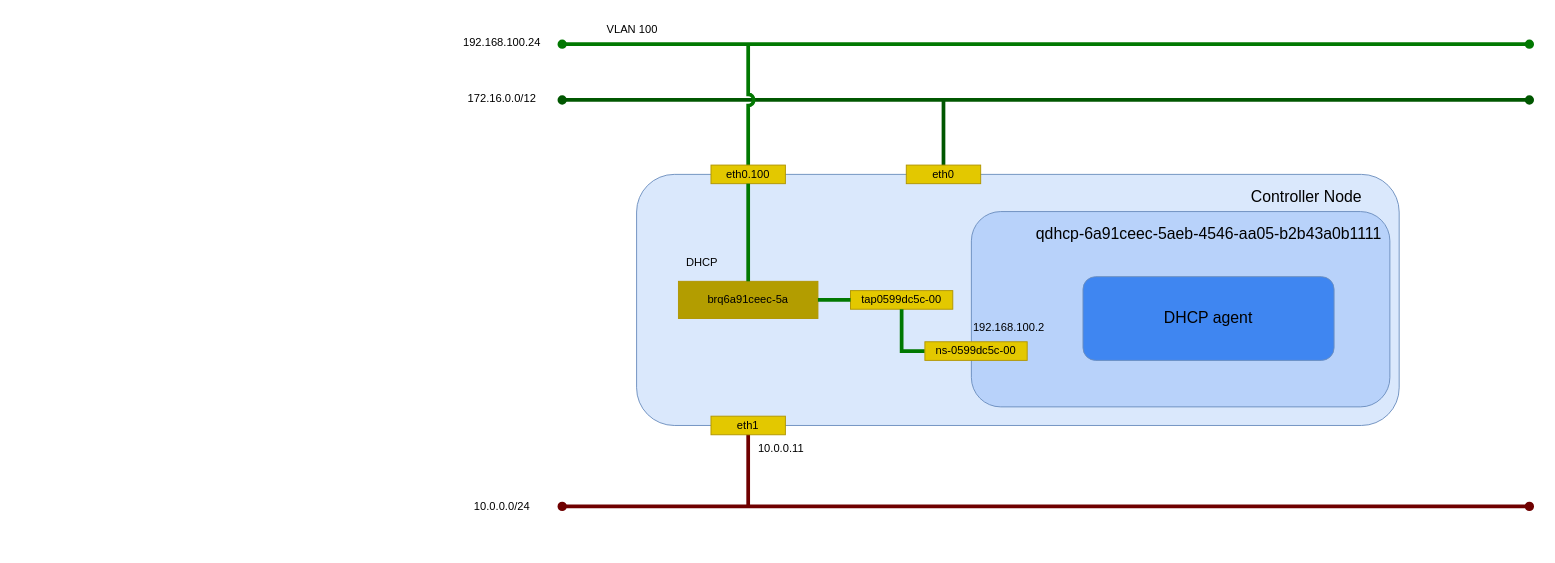
The draw.io diagram _static/image/network_vlan_dhcpagent_linuxbridge.drawio in 9506hqwy/openstack_study_notes, before the edit. Source tidied: cells renumbered, new cells numbered last; positions are measured from the earlier drawing's top-left corner, leaving out a move shared by most shapes. Both pictures are drawn from the tidied source at 93%, with x=0, y=0 at pixel (450, 16).
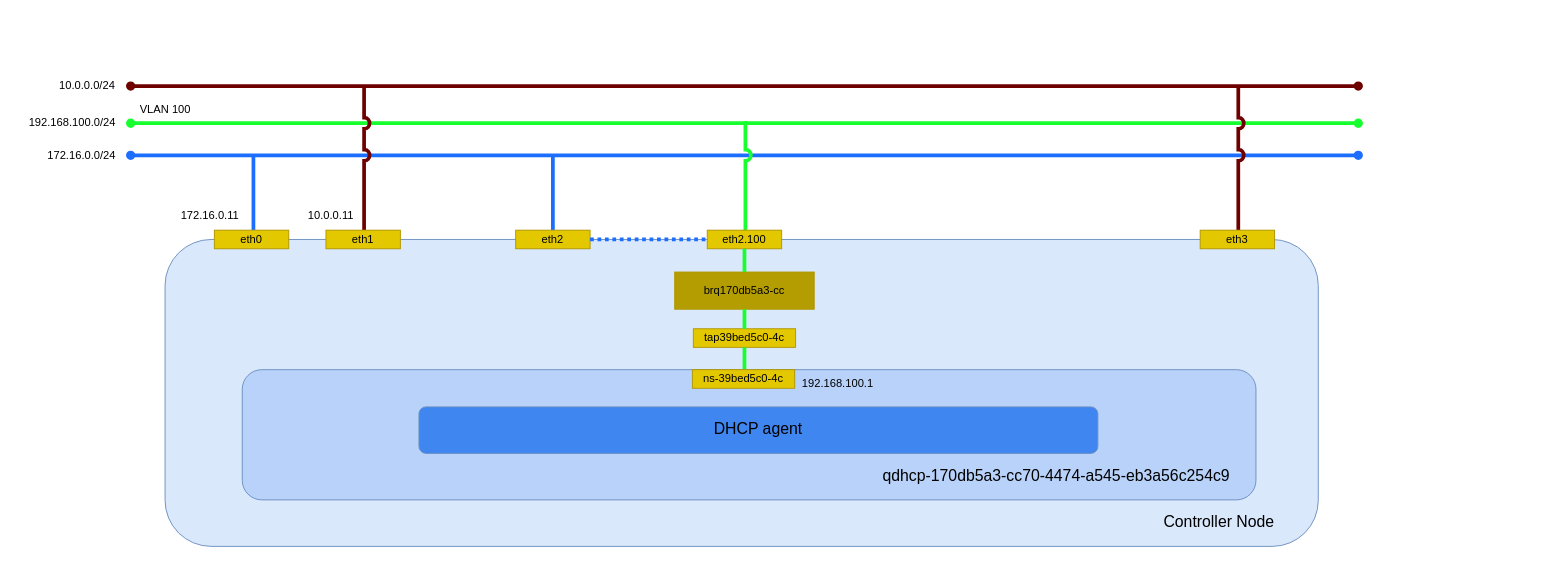
Above is the later version.

The edit, as a diff of the source:
```diff
@@
-    <mxCell id="2" style="endArrow=oval;html=1;rounded=0;startArrow=oval;startFill=1;endFill=1;strokeWidth=4;fillColor=#a20025;strokeColor=#6F0000;" parent="1" edge="1">
-      <mxGeometry relative="1" as="geometry">
-        <mxPoint x="120" y="527" as="sourcePoint" />
-        <mxPoint x="1160" y="527" as="targetPoint" />
-      </mxGeometry>
-    </mxCell>
-    <mxCell id="3" style="endArrow=oval;html=1;rounded=0;startArrow=oval;startFill=1;endFill=1;strokeWidth=4;fillColor=#008a00;strokeColor=#005700;" parent="1" edge="1">
-      <mxGeometry relative="1" as="geometry">
-        <mxPoint x="120" y="90" as="sourcePoint" />
-        <mxPoint x="1160" y="90" as="targetPoint" />
-      </mxGeometry>
-    </mxCell>
-    <mxCell id="4" value="172.16.0.0/12" style="text;html=1;align=center;verticalAlign=middle;strokeColor=none;fillColor=none;" parent="1" vertex="1">
-      <mxGeometry x="5" y="74" width="100" height="30" as="geometry" />
-    </mxCell>
+    <mxCell id="31" style="endArrow=oval;html=1;rounded=0;startArrow=oval;startFill=1;endFill=1;strokeWidth=4;fillColor=#a20025;strokeColor=#6F0000;" parent="1" edge="1">
+      <mxGeometry relative="1" as="geometry">
+        <mxPoint x="-344" y="75" as="sourcePoint" />
+        <mxPoint x="976" y="75" as="targetPoint" />
+      </mxGeometry>
+    </mxCell>
     <mxCell id="5" value="10.0.0.0/24" style="text;html=1;align=center;verticalAlign=middle;strokeColor=none;fillColor=none;" parent="1" vertex="1">
-      <mxGeometry x="15" y="512" width="80" height="30" as="geometry" />
+      <mxGeometry x="-431" y="60" width="80" height="30" as="geometry" />
     </mxCell>
-    <mxCell id="6" style="endArrow=none;html=1;rounded=0;startArrow=none;startFill=0;endFill=0;strokeWidth=4;fillColor=#008a00;strokeColor=#005700;exitX=0.5;exitY=1;exitDx=0;exitDy=0;" parent="1" edge="1">
-      <mxGeometry relative="1" as="geometry">
-        <mxPoint x="530" y="90" as="sourcePoint" />
-        <mxPoint x="530" y="170" as="targetPoint" />
-      </mxGeometry>
-    </mxCell>
-    <mxCell id="7" style="endArrow=none;html=1;rounded=0;startArrow=none;startFill=0;endFill=0;strokeWidth=4;fillColor=#a20025;strokeColor=#6F0000;exitX=0.5;exitY=1;exitDx=0;exitDy=0;" parent="1" edge="1">
-      <mxGeometry relative="1" as="geometry">
-        <mxPoint x="320" y="447" as="sourcePoint" />
-        <mxPoint x="320" y="527" as="targetPoint" />
-      </mxGeometry>
-    </mxCell>
-    <mxCell id="8" style="endArrow=oval;html=1;rounded=0;startArrow=oval;startFill=1;endFill=1;strokeWidth=4;fillColor=#008a00;strokeColor=#017801;" parent="1" edge="1">
-      <mxGeometry relative="1" as="geometry">
-        <mxPoint x="120" y="30" as="sourcePoint" />
-        <mxPoint x="1160" y="30" as="targetPoint" />
-      </mxGeometry>
-    </mxCell>
-    <mxCell id="9" value="192.168.100.24" style="text;html=1;align=center;verticalAlign=middle;strokeColor=none;fillColor=none;" parent="1" vertex="1">
-      <mxGeometry y="13" width="110" height="30" as="geometry" />
-    </mxCell>
-    <mxCell id="10" style="endArrow=none;html=1;rounded=0;startArrow=none;startFill=0;endFill=0;strokeWidth=4;fillColor=#008a00;strokeColor=#017801;jumpStyle=arc;" parent="1" edge="1">
-      <mxGeometry relative="1" as="geometry">
-        <mxPoint x="320" y="30" as="sourcePoint" />
-        <mxPoint x="320" y="170" as="targetPoint" />
-      </mxGeometry>
-    </mxCell>
+    <mxCell id="32" style="endArrow=oval;html=1;rounded=0;startArrow=oval;startFill=1;endFill=1;strokeWidth=4;fillColor=#a20025;strokeColor=#1C6EFF;" parent="1" edge="1">
+      <mxGeometry relative="1" as="geometry">
+        <mxPoint x="-344" y="149.5" as="sourcePoint" />
+        <mxPoint x="976" y="149.5" as="targetPoint" />
+      </mxGeometry>
+    </mxCell>
+    <mxCell id="33" value="172.16.0.0/24" style="text;html=1;align=center;verticalAlign=middle;strokeColor=none;fillColor=none;" parent="1" vertex="1">
+      <mxGeometry x="-447" y="135" width="100" height="30" as="geometry" />
+    </mxCell>
+    <mxCell id="34" style="endArrow=none;html=1;rounded=0;startArrow=none;startFill=0;endFill=0;strokeWidth=4;fillColor=#a20025;strokeColor=#1C6EFF;jumpStyle=arc;" parent="1" edge="1">
+      <mxGeometry relative="1" as="geometry">
+        <mxPoint x="-212" y="150" as="sourcePoint" />
+        <mxPoint x="-212" y="230" as="targetPoint" />
+      </mxGeometry>
+    </mxCell>
+    <mxCell id="35" style="endArrow=none;html=1;rounded=0;startArrow=none;startFill=0;endFill=0;strokeWidth=4;fillColor=#a20025;strokeColor=#1C6EFF;jumpStyle=arc;" parent="1" edge="1">
+      <mxGeometry relative="1" as="geometry">
+        <mxPoint x="110" y="150" as="sourcePoint" />
+        <mxPoint x="110" y="230" as="targetPoint" />
+      </mxGeometry>
+    </mxCell>
+    <mxCell id="36" style="endArrow=oval;html=1;rounded=0;startArrow=oval;startFill=1;endFill=1;strokeWidth=4;fillColor=#a20025;strokeColor=#17FF2E;" parent="1" edge="1">
+      <mxGeometry relative="1" as="geometry">
+        <mxPoint x="-344" y="115" as="sourcePoint" />
+        <mxPoint x="976" y="115" as="targetPoint" />
+      </mxGeometry>
+    </mxCell>
+    <mxCell id="37" value="192.168.100.0/24" style="text;html=1;align=center;verticalAlign=middle;strokeColor=none;fillColor=none;" parent="1" vertex="1">
+      <mxGeometry x="-467" y="99" width="120" height="30" as="geometry" />
+    </mxCell>
+    <mxCell id="38" style="endArrow=none;html=1;rounded=0;startArrow=none;startFill=0;endFill=0;strokeWidth=4;fillColor=#a20025;strokeColor=#17FF2E;jumpStyle=arc;" parent="1" edge="1">
+      <mxGeometry relative="1" as="geometry">
+        <mxPoint x="317" y="113" as="sourcePoint" />
+        <mxPoint x="317" y="243" as="targetPoint" />
+      </mxGeometry>
+    </mxCell>
     <mxCell id="11" value="VLAN 100" style="text;html=1;align=center;verticalAlign=middle;strokeColor=none;fillColor=none;" parent="1" vertex="1">
-      <mxGeometry x="155" width="80" height="30" as="geometry" />
+      <mxGeometry x="-347" y="85" width="80" height="30" as="geometry" />
     </mxCell>
+    <mxCell id="39" style="endArrow=none;html=1;rounded=0;startArrow=none;startFill=0;endFill=0;strokeWidth=4;fillColor=#a20025;strokeColor=#6F0000;jumpStyle=arc;" parent="1" edge="1">
+      <mxGeometry relative="1" as="geometry">
+        <mxPoint x="847" y="76" as="sourcePoint" />
+        <mxPoint x="847" y="230" as="targetPoint" />
+      </mxGeometry>
+    </mxCell>
+    <mxCell id="40" style="endArrow=none;html=1;rounded=0;startArrow=none;startFill=0;endFill=0;strokeWidth=4;fillColor=#a20025;strokeColor=#6F0000;jumpStyle=arc;" parent="1" edge="1">
+      <mxGeometry relative="1" as="geometry">
+        <mxPoint x="-93" y="74" as="sourcePoint" />
+        <mxPoint x="-93" y="230" as="targetPoint" />
+      </mxGeometry>
+    </mxCell>
@@
-    <mxCell id="13" style="rounded=1;whiteSpace=wrap;html=1;fillColor=#dae8fc;strokeColor=#6c8ebf;align=center;horizontal=1;" parent="12" vertex="1">
-      <mxGeometry x="200" y="170" width="820" height="270" as="geometry" />
-    </mxCell>
+    <mxCell id="41" style="rounded=1;whiteSpace=wrap;html=1;fillColor=#dae8fc;strokeColor=#6c8ebf;" parent="12" vertex="1">
+      <mxGeometry x="-307" y="240" width="1240" height="330" as="geometry" />
+    </mxCell>
     <mxCell id="14" value="eth1" style="rounded=0;whiteSpace=wrap;html=1;fillColor=#e3c800;fontColor=#000000;strokeColor=#B09500;" parent="12" vertex="1">
-      <mxGeometry x="280" y="430" width="80" height="20" as="geometry" />
+      <mxGeometry x="-134" y="230" width="80" height="20" as="geometry" />
     </mxCell>
-    <mxCell id="15" value="eth0.100" style="rounded=0;whiteSpace=wrap;html=1;fillColor=#e3c800;fontColor=#000000;strokeColor=#B09500;" parent="12" vertex="1">
-      <mxGeometry x="280" y="160" width="80" height="20" as="geometry" />
-    </mxCell>
+    <mxCell id="24" value="eth0" style="rounded=0;whiteSpace=wrap;html=1;fillColor=#e3c800;fontColor=#000000;strokeColor=#B09500;" parent="12" vertex="1">
+      <mxGeometry x="-254" y="230" width="80" height="20" as="geometry" />
+    </mxCell>
+    <mxCell id="42" value="172.16.0.11" style="text;html=1;align=center;verticalAlign=middle;strokeColor=none;fillColor=none;" parent="12" vertex="1">
+      <mxGeometry x="-304" y="200" width="90" height="30" as="geometry" />
+    </mxCell>
+    <mxCell id="43" value="eth2.100" style="rounded=0;whiteSpace=wrap;html=1;fillColor=#e3c800;fontColor=#000000;strokeColor=#B09500;" parent="12" vertex="1">
+      <mxGeometry x="276" y="230" width="80" height="20" as="geometry" />
+    </mxCell>
+    <mxCell id="44" value="&lt;div&gt;eth3&lt;/div&gt;" style="rounded=0;whiteSpace=wrap;html=1;fillColor=#e3c800;fontColor=#000000;strokeColor=#B09500;" parent="12" vertex="1">
+      <mxGeometry x="806" y="230" width="80" height="20" as="geometry" />
+    </mxCell>
     <mxCell id="16" value="10.0.0.11" style="text;html=1;align=center;verticalAlign=middle;strokeColor=none;fillColor=none;" parent="12" vertex="1">
-      <mxGeometry x="320" y="450" width="70" height="30" as="geometry" />
+      <mxGeometry x="-164" y="200" width="70" height="30" as="geometry" />
     </mxCell>
-    <mxCell id="17" value="DHCP" style="text;html=1;align=center;verticalAlign=middle;strokeColor=none;fillColor=none;" parent="12" vertex="1">
-      <mxGeometry x="240" y="250" width="60" height="30" as="geometry" />
-    </mxCell>
     <mxCell id="18" value="&lt;font style=&quot;font-size: 17px;&quot;&gt;Controller Node&lt;/font&gt;" style="text;html=1;align=center;verticalAlign=middle;strokeColor=none;fillColor=none;" parent="12" vertex="1">
-      <mxGeometry x="850" y="180" width="140" height="30" as="geometry" />
+      <mxGeometry x="756" y="530" width="140" height="30" as="geometry" />
     </mxCell>
-    <mxCell id="19" value="brq6a91ceec-5a" style="rounded=0;whiteSpace=wrap;html=1;fillColor=#B39D00;fontColor=#000000;strokeColor=#B09500;" parent="12" vertex="1">
-      <mxGeometry x="245" y="285" width="150" height="40" as="geometry" />
+    <mxCell id="19" value="brq170db5a3-cc" style="rounded=0;whiteSpace=wrap;html=1;fillColor=#B39D00;fontColor=#000000;strokeColor=#B09500;" parent="12" vertex="1">
+      <mxGeometry x="241" y="275" width="150" height="40" as="geometry" />
     </mxCell>
-    <mxCell id="20" style="endArrow=none;html=1;rounded=0;startArrow=none;startFill=0;endFill=0;strokeWidth=4;fillColor=#008a00;strokeColor=#017801;exitX=0.5;exitY=1;exitDx=0;exitDy=0;entryX=0.5;entryY=0;entryDx=0;entryDy=0;" parent="12" edge="1" target="19">
-      <mxGeometry relative="1" as="geometry">
-        <mxPoint x="320" y="180" as="sourcePoint" />
-      </mxGeometry>
-    </mxCell>
-    <mxCell id="21" value="tap0599dc5c-00" style="rounded=0;whiteSpace=wrap;html=1;fillColor=#e3c800;fontColor=#000000;strokeColor=#B09500;" parent="12" vertex="1">
-      <mxGeometry x="430" y="295" width="110" height="20" as="geometry" />
+    <mxCell id="21" value="tap39bed5c0-4c" style="rounded=0;whiteSpace=wrap;html=1;fillColor=#e3c800;fontColor=#000000;strokeColor=#B09500;" parent="12" vertex="1">
+      <mxGeometry x="261" y="336" width="110" height="20" as="geometry" />
     </mxCell>
+    <mxCell id="45" style="endArrow=none;html=1;rounded=0;startArrow=none;startFill=0;endFill=0;strokeWidth=4;fillColor=#a20025;strokeColor=#17FF2E;jumpStyle=arc;entryX=0.5;entryY=0;entryDx=0;entryDy=0;exitX=0.5;exitY=1;exitDx=0;exitDy=0;" parent="12" edge="1" source="43" target="19">
+      <mxGeometry relative="1" as="geometry" />
+    </mxCell>
-    <mxCell id="22" style="endArrow=none;html=1;rounded=0;startArrow=none;startFill=0;endFill=0;strokeWidth=4;fillColor=#008a00;strokeColor=#017801;exitX=1;exitY=0.5;exitDx=0;exitDy=0;entryX=0;entryY=0.5;entryDx=0;entryDy=0;" parent="12" edge="1" source="19" target="21">
+    <mxCell id="22" style="endArrow=none;html=1;rounded=0;startArrow=none;startFill=0;endFill=0;strokeWidth=4;fillColor=#a20025;strokeColor=#17FF2E;jumpStyle=arc;entryX=0.5;entryY=0;entryDx=0;entryDy=0;exitX=0.5;exitY=1;exitDx=0;exitDy=0;" parent="12" edge="1" source="19" target="21">
       <mxGeometry relative="1" as="geometry" />
     </mxCell>
-    <mxCell id="23" style="endArrow=none;html=1;rounded=0;startArrow=none;startFill=0;endFill=0;strokeWidth=4;fillColor=#008a00;strokeColor=#017801;exitX=0.5;exitY=1;exitDx=0;exitDy=0;entryX=0.378;entryY=0.704;entryDx=0;entryDy=0;entryPerimeter=0;" parent="12" edge="1" source="21" target="13">
-      <mxGeometry relative="1" as="geometry">
-        <Array as="points">
-          <mxPoint x="485" y="360" />
-        </Array>
-      </mxGeometry>
-    </mxCell>
-    <mxCell id="24" value="eth0" style="rounded=0;whiteSpace=wrap;html=1;fillColor=#e3c800;fontColor=#000000;strokeColor=#B09500;" parent="12" vertex="1">
-      <mxGeometry x="490" y="160" width="80" height="20" as="geometry" />
-    </mxCell>
+    <mxCell id="46" style="endArrow=none;html=1;rounded=0;startArrow=none;startFill=0;endFill=0;strokeWidth=4;fillColor=#a20025;strokeColor=#17FF2E;jumpStyle=arc;exitX=0.5;exitY=1;exitDx=0;exitDy=0;" parent="12" edge="1">
+      <mxGeometry relative="1" as="geometry">
+        <mxPoint x="316" y="356" as="sourcePoint" />
+        <mxPoint x="316" y="380" as="targetPoint" />
+      </mxGeometry>
+    </mxCell>
+    <mxCell id="47" value="eth2" style="rounded=0;whiteSpace=wrap;html=1;fillColor=#e3c800;fontColor=#000000;strokeColor=#B09500;" parent="12" vertex="1">
+      <mxGeometry x="70" y="230" width="80" height="20" as="geometry" />
+    </mxCell>
+    <mxCell id="48" style="endArrow=none;html=1;rounded=0;startArrow=none;startFill=0;endFill=0;strokeWidth=4;fillColor=#a20025;strokeColor=#1C6EFF;jumpStyle=arc;entryX=0;entryY=0.5;entryDx=0;entryDy=0;exitX=1;exitY=0.5;exitDx=0;exitDy=0;dashed=1;dashPattern=1 1;" parent="12" edge="1" source="47" target="43">
+      <mxGeometry relative="1" as="geometry" />
+    </mxCell>
@@
     <mxCell id="26" style="rounded=1;whiteSpace=wrap;html=1;fillColor=#b8d2fa;strokeColor=#6c8ebf;align=center;horizontal=1;" parent="25" vertex="1">
-      <mxGeometry x="560" y="210" width="450" height="210" as="geometry" />
+      <mxGeometry x="-224" y="380" width="1090" height="140" as="geometry" />
     </mxCell>
-    <mxCell id="27" value="&lt;font style=&quot;font-size: 17px;&quot;&gt;qdhcp-6a91ceec-5aeb-4546-aa05-b2b43a0b1111&lt;/font&gt;" style="text;html=1;align=center;verticalAlign=middle;strokeColor=none;fillColor=none;" parent="25" vertex="1">
-      <mxGeometry x="620" y="220" width="390" height="30" as="geometry" />
+    <mxCell id="27" value="&lt;font style=&quot;font-size: 17px;&quot;&gt;qdhcp-170db5a3-cc70-4474-a545-eb3a56c254c9&lt;/font&gt;" style="text;html=1;align=center;verticalAlign=middle;strokeColor=none;fillColor=none;" parent="25" vertex="1">
+      <mxGeometry x="451" y="480" width="400" height="30" as="geometry" />
     </mxCell>
-    <mxCell id="28" value="ns-0599dc5c-00" style="rounded=0;whiteSpace=wrap;html=1;fillColor=#e3c800;fontColor=#000000;strokeColor=#B09500;" parent="25" vertex="1">
-      <mxGeometry x="510" y="350" width="110" height="20" as="geometry" />
-    </mxCell>
-    <mxCell id="29" value="192.168.100.2" style="text;html=1;align=center;verticalAlign=middle;strokeColor=none;fillColor=none;" parent="25" vertex="1">
-      <mxGeometry x="550" y="320" width="100" height="30" as="geometry" />
+    <mxCell id="29" value="192.168.100.1" style="text;html=1;align=center;verticalAlign=middle;strokeColor=none;fillColor=none;" parent="25" vertex="1">
+      <mxGeometry x="366" y="380" width="100" height="30" as="geometry" />
     </mxCell>
     <mxCell id="30" value="&lt;font style=&quot;font-size: 17px;&quot;&gt;DHCP agent&lt;/font&gt;" style="rounded=1;whiteSpace=wrap;html=1;fillColor=#3f86f1;strokeColor=#6c8ebf;align=center;horizontal=1;" parent="25" vertex="1">
-      <mxGeometry x="680" y="280" width="270" height="90" as="geometry" />
+      <mxGeometry x="-34" y="420" width="730" height="50" as="geometry" />
     </mxCell>
+    <mxCell id="28" value="ns-39bed5c0-4c" style="rounded=0;whiteSpace=wrap;html=1;fillColor=#e3c800;fontColor=#000000;strokeColor=#B09500;" parent="25" vertex="1">
+      <mxGeometry x="260" y="380" width="110" height="20" as="geometry" />
+    </mxCell>
```
